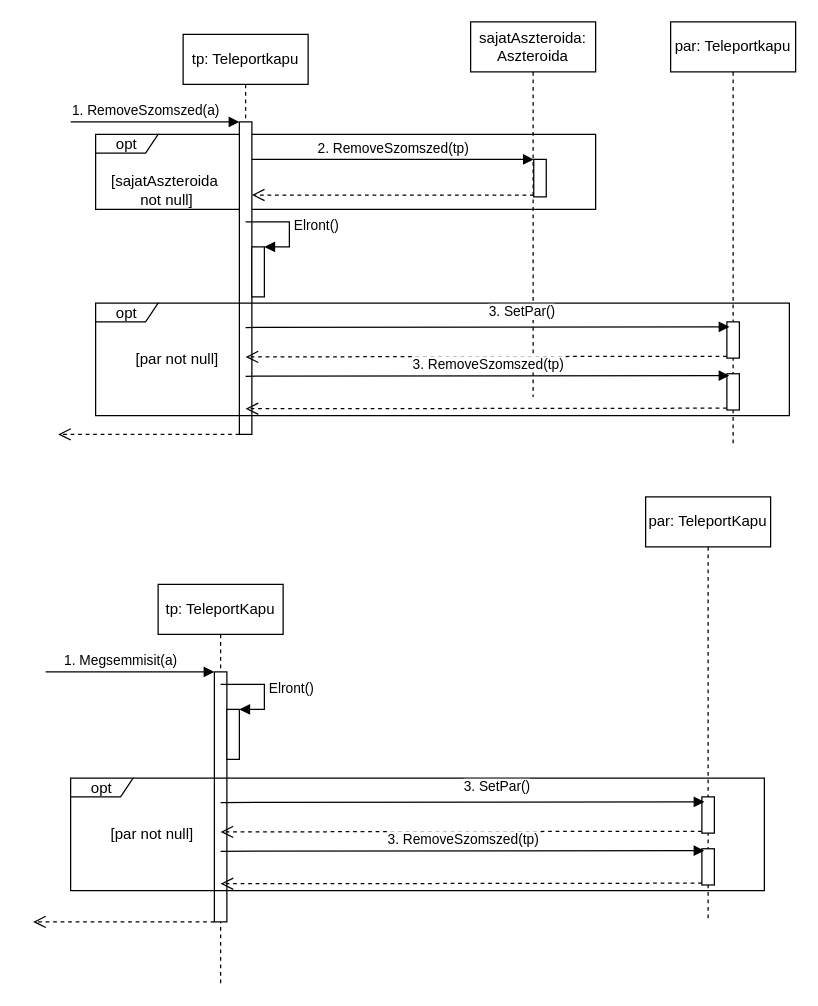
Before: doc/uml/teleport kapu felrobban.drawio in torpeBoiGo/aszteroidabanyaszat, a draw.io diagram. Source tidied: cells renumbered, new cells numbered last; positions are measured from the earlier drawing's top-left corner, leaving out a move shared by most shapes. Both pictures are drawn from the tidied source at 125%, with x=0, y=0 at pixel (32, 21).
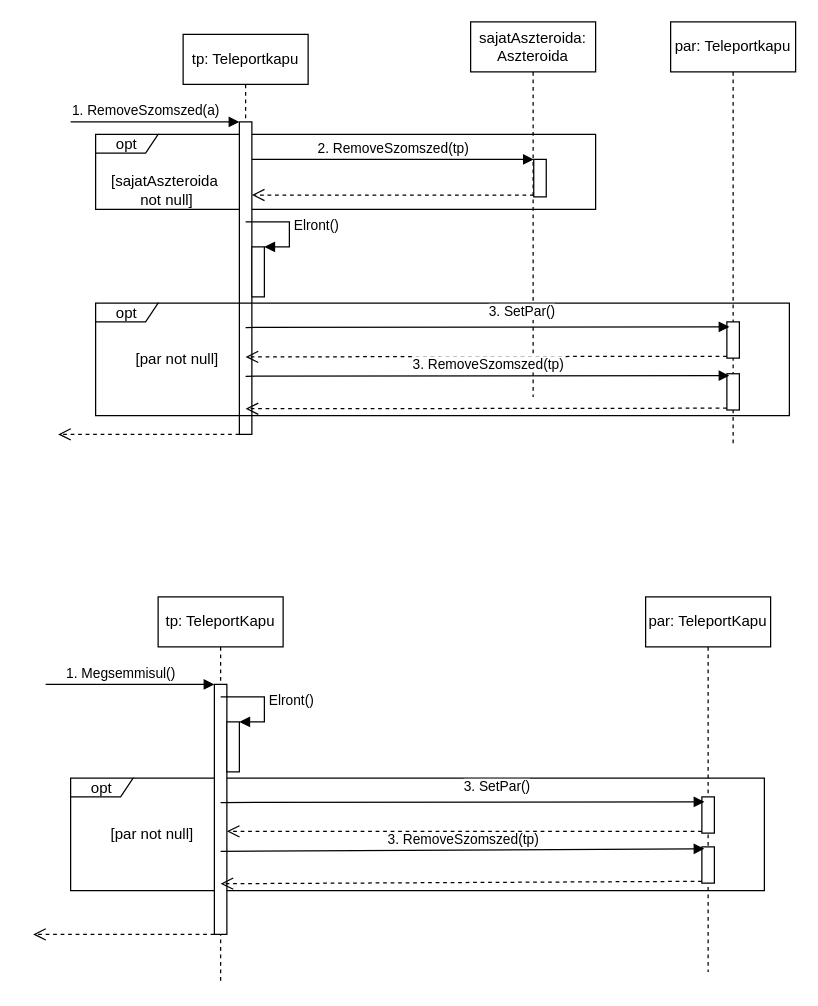
After the change.

Commit message:
megsemmusul() (megsemmisit(a) helyett)

The change refers to these unchanged cells:
```xml
<mxCell id="24" style="html=1;points=[];perimeter=orthogonalPerimeter;" parent="23" vertex="1">
  <mxGeometry x="45" y="70" width="10" height="200" as="geometry" />
</mxCell>
```

The edit, as a diff of the source:
```diff
@@
+    <mxCell id="35" value="opt" style="shape=umlFrame;whiteSpace=wrap;html=1;width=50;height=15;" parent="1" vertex="1">
+      <mxGeometry x="30" y="605" width="555" height="90" as="geometry" />
+    </mxCell>
@@
     <mxCell id="23" value="tp: TeleportKapu" style="shape=umlLifeline;perimeter=lifelinePerimeter;whiteSpace=wrap;html=1;" parent="1" vertex="1">
-      <mxGeometry x="100" y="450" width="100" height="320" as="geometry" />
+      <mxGeometry x="100" y="460" width="100" height="310" as="geometry" />
     </mxCell>
@@
-    <mxCell id="25" value="1. Megsemmisit(a)" style="html=1;verticalAlign=bottom;endArrow=block;entryX=0;entryY=0;" parent="23" edge="1" target="24">
+    <mxCell id="25" value="1. Megsemmisul()" style="html=1;verticalAlign=bottom;endArrow=block;entryX=0;entryY=0;" parent="23" edge="1" target="24">
       <mxGeometry x="-0.11" relative="1" as="geometry">
         <mxPoint x="-90" y="70" as="sourcePoint" />
       </mxGeometry>
     </mxCell>
@@
     <mxCell id="29" value="par: TeleportKapu" style="shape=umlLifeline;perimeter=lifelinePerimeter;whiteSpace=wrap;html=1;" parent="1" vertex="1">
-      <mxGeometry x="490" y="380" width="100" height="340" as="geometry" />
+      <mxGeometry x="490" y="460" width="100" height="300" as="geometry" />
     </mxCell>
     <mxCell id="30" style="html=1;points=[];perimeter=orthogonalPerimeter;" parent="29" vertex="1">
-      <mxGeometry x="45" y="281.5" width="10" height="29" as="geometry" />
+      <mxGeometry x="45" y="200" width="10" height="29" as="geometry" />
     </mxCell>
     <mxCell id="31" style="html=1;points=[];perimeter=orthogonalPerimeter;" parent="29" vertex="1">
-      <mxGeometry x="45" y="240" width="10" height="29" as="geometry" />
+      <mxGeometry x="45" y="160" width="10" height="29" as="geometry" />
     </mxCell>
-    <mxCell id="32" style="html=1;verticalAlign=bottom;endArrow=open;dashed=1;endSize=8;exitX=0;exitY=0.95;entryX=0.5;entryY=0.832;entryDx=0;entryDy=0;entryPerimeter=0;" parent="29" edge="1" source="31">
-      <mxGeometry x="0.01" y="82" relative="1" as="geometry">
-        <mxPoint x="-340" y="268" as="targetPoint" />
-      </mxGeometry>
-    </mxCell>
@@
-    <mxCell id="35" value="opt" style="shape=umlFrame;whiteSpace=wrap;html=1;width=50;height=15;" parent="1" vertex="1">
-      <mxGeometry x="30" y="605" width="555" height="90" as="geometry" />
-    </mxCell>
@@
+    <mxCell id="32" style="html=1;verticalAlign=bottom;endArrow=open;dashed=1;endSize=8;exitX=0;exitY=0.95;" parent="1" edge="1" source="31" target="24">
+      <mxGeometry x="0.01" y="82" relative="1" as="geometry" />
+    </mxCell>
```
